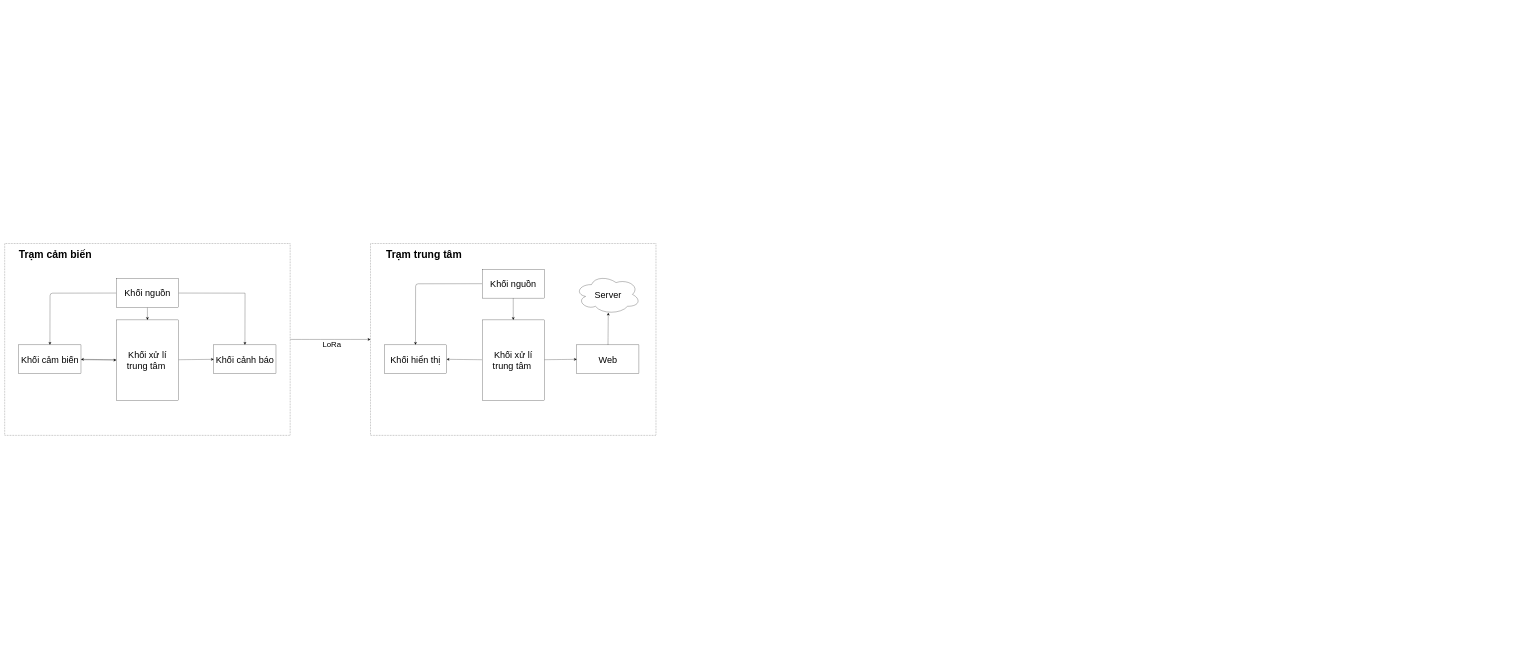
Above: docs/capstone.drawio in banhmiramram/SecureFlood-LoRa-Capstone (draw.io), before the change. Source tidied: cells renumbered, new cells numbered last; positions are measured from the earlier drawing's top-left corner, leaving out a move shared by most shapes. Both pictures are drawn from the tidied source at 26%, with x=0, y=0 at pixel (4, 243).
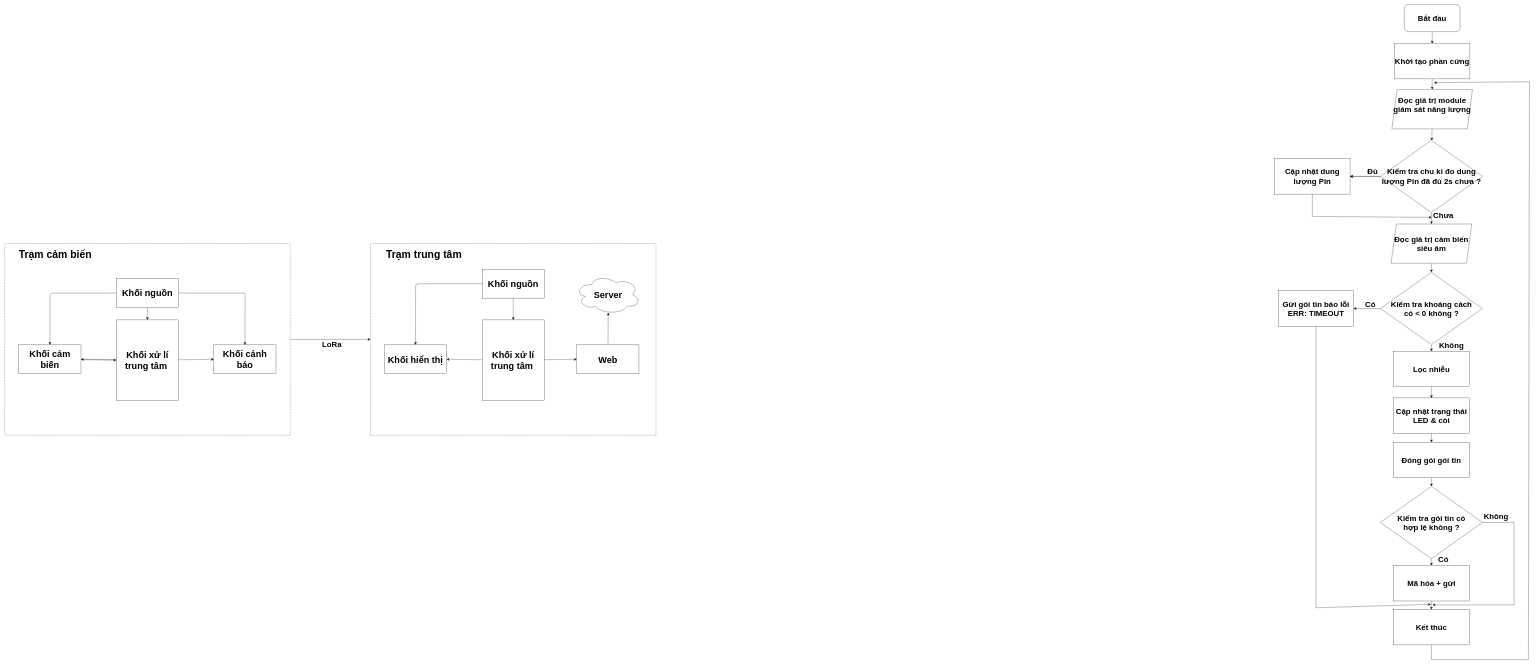
Above is the later version.

Change to the diagram source:
```diff
@@
-    <mxCell id="2" style="rounded=0;whiteSpace=wrap;html=1;dashed=1;" parent="1" vertex="1">
+    <mxCell id="2" style="rounded=0;whiteSpace=wrap;html=1;dashed=1;fontStyle=1;" parent="1" vertex="1">
       <mxGeometry x="1407.5" width="1098" height="738" as="geometry" />
     </mxCell>
-    <mxCell id="3" style="edgeStyle=none;curved=1;rounded=0;jettySize=auto;html=1;entryX=0;entryY=0.5;entryDx=0;entryDy=0;fontSize=12;startSize=8;endSize=8;" parent="1" edge="1" source="4" target="2">
+    <mxCell id="3" style="edgeStyle=none;curved=1;rounded=0;jettySize=auto;html=1;entryX=0;entryY=0.5;entryDx=0;entryDy=0;fontSize=12;startSize=8;endSize=8;fontStyle=1;" parent="1" edge="1" source="4" target="2">
       <mxGeometry relative="1" as="geometry" />
     </mxCell>
-    <mxCell id="4" style="rounded=0;whiteSpace=wrap;html=1;dashed=1;" parent="1" vertex="1">
+    <mxCell id="4" style="rounded=0;whiteSpace=wrap;html=1;dashed=1;fontStyle=1;" parent="1" vertex="1">
       <mxGeometry x="0.5" width="1098" height="738" as="geometry" />
     </mxCell>
-    <mxCell id="5" style="edgeStyle=none;curved=1;rounded=0;jettySize=auto;html=1;entryX=0;entryY=0.5;entryDx=0;entryDy=0;fontSize=12;startSize=8;endSize=8;" parent="1" edge="1" source="7" target="14">
+    <mxCell id="5" style="edgeStyle=none;curved=1;rounded=0;jettySize=auto;html=1;entryX=0;entryY=0.5;entryDx=0;entryDy=0;fontSize=12;startSize=8;endSize=8;fontStyle=1;" parent="1" edge="1" source="7" target="14">
       <mxGeometry relative="1" as="geometry" />
     </mxCell>
-    <mxCell id="6" style="edgeStyle=none;curved=1;rounded=0;jettySize=auto;html=1;entryX=1;entryY=0.5;entryDx=0;entryDy=0;fontSize=12;startSize=8;endSize=8;" parent="1" edge="1" source="7" target="13">
+    <mxCell id="6" style="edgeStyle=none;curved=1;rounded=0;jettySize=auto;html=1;entryX=1;entryY=0.5;entryDx=0;entryDy=0;fontSize=12;startSize=8;endSize=8;fontStyle=1;" parent="1" edge="1" source="7" target="13">
       <mxGeometry relative="1" as="geometry" />
     </mxCell>
-    <mxCell id="7" value="&lt;font style=&quot;font-size: 35px;&quot;&gt;Khối xử lí trung tâm&amp;nbsp;&lt;/font&gt;" style="rounded=0;whiteSpace=wrap;html=1;" parent="1" vertex="1">
+    <mxCell id="7" value="&lt;font style=&quot;font-size: 35px;&quot;&gt;Khối xử lí trung tâm&amp;nbsp;&lt;/font&gt;" style="rounded=0;whiteSpace=wrap;html=1;fontStyle=1;" parent="1" vertex="1">
       <mxGeometry x="430" y="294" width="239" height="309" as="geometry" />
     </mxCell>
-    <mxCell id="8" style="edgeStyle=none;curved=0;rounded=1;jettySize=auto;html=1;entryX=0.5;entryY=0;entryDx=0;entryDy=0;fontSize=12;startSize=8;endSize=8;" parent="1" edge="1" source="11" target="13">
+    <mxCell id="8" style="edgeStyle=none;curved=0;rounded=1;jettySize=auto;html=1;entryX=0.5;entryY=0;entryDx=0;entryDy=0;fontSize=12;startSize=8;endSize=8;fontStyle=1;" parent="1" edge="1" source="11" target="13">
       <mxGeometry relative="1" as="geometry">
         <Array as="points">
           <mxPoint x="175" y="191" />
         </Array>
       </mxGeometry>
     </mxCell>
-    <mxCell id="9" style="edgeStyle=none;curved=1;rounded=0;jettySize=auto;html=1;entryX=0.5;entryY=0;entryDx=0;entryDy=0;fontSize=12;startSize=8;endSize=8;" parent="1" edge="1" source="11" target="7">
+    <mxCell id="9" style="edgeStyle=none;curved=1;rounded=0;jettySize=auto;html=1;entryX=0.5;entryY=0;entryDx=0;entryDy=0;fontSize=12;startSize=8;endSize=8;fontStyle=1;" parent="1" edge="1" source="11" target="7">
       <mxGeometry relative="1" as="geometry" />
     </mxCell>
-    <mxCell id="10" style="edgeStyle=none;curved=0;rounded=0;jettySize=auto;html=1;entryX=0.5;entryY=0;entryDx=0;entryDy=0;fontSize=12;startSize=8;endSize=8;" parent="1" edge="1" source="11" target="14">
+    <mxCell id="10" style="edgeStyle=none;curved=0;rounded=0;jettySize=auto;html=1;entryX=0.5;entryY=0;entryDx=0;entryDy=0;fontSize=12;startSize=8;endSize=8;fontStyle=1;" parent="1" edge="1" source="11" target="14">
       <mxGeometry relative="1" as="geometry">
         <Array as="points">
           <mxPoint x="925" y="191" />
         </Array>
       </mxGeometry>
     </mxCell>
-    <mxCell id="11" value="&lt;font style=&quot;font-size: 35px;&quot;&gt;Khối nguồn&lt;/font&gt;" style="rounded=0;whiteSpace=wrap;html=1;" parent="1" vertex="1">
+    <mxCell id="11" value="&lt;font style=&quot;font-size: 35px;&quot;&gt;Khối nguồn&lt;/font&gt;" style="rounded=0;whiteSpace=wrap;html=1;fontStyle=1;" parent="1" vertex="1">
       <mxGeometry x="430" y="135" width="239" height="111" as="geometry" />
     </mxCell>
-    <mxCell id="12" style="edgeStyle=none;curved=1;rounded=0;jettySize=auto;html=1;entryX=0;entryY=0.5;entryDx=0;entryDy=0;fontSize=12;startSize=8;endSize=8;" parent="1" edge="1" source="13" target="7">
+    <mxCell id="12" style="edgeStyle=none;curved=1;rounded=0;jettySize=auto;html=1;entryX=0;entryY=0.5;entryDx=0;entryDy=0;fontSize=12;startSize=8;endSize=8;fontStyle=1;" parent="1" edge="1" source="13" target="7">
       <mxGeometry relative="1" as="geometry" />
     </mxCell>
-    <mxCell id="13" value="&lt;font style=&quot;font-size: 35px;&quot;&gt;Khối cảm biến&lt;/font&gt;" style="rounded=0;whiteSpace=wrap;html=1;" parent="1" vertex="1">
+    <mxCell id="13" value="&lt;font style=&quot;font-size: 35px;&quot;&gt;Khối cảm biến&lt;/font&gt;" style="rounded=0;whiteSpace=wrap;html=1;fontStyle=1;" parent="1" vertex="1">
       <mxGeometry x="55" y="390" width="239" height="111" as="geometry" />
     </mxCell>
-    <mxCell id="14" value="&lt;font style=&quot;font-size: 35px;&quot;&gt;Khối cảnh báo&lt;/font&gt;" style="rounded=0;whiteSpace=wrap;html=1;" parent="1" vertex="1">
+    <mxCell id="14" value="&lt;font style=&quot;font-size: 35px;&quot;&gt;Khối cảnh báo&lt;/font&gt;" style="rounded=0;whiteSpace=wrap;html=1;fontStyle=1;" parent="1" vertex="1">
       <mxGeometry x="805" y="390" width="239" height="111" as="geometry" />
     </mxCell>
-    <mxCell id="15" style="edgeStyle=none;curved=1;rounded=0;jettySize=auto;html=1;entryX=1;entryY=0.5;entryDx=0;entryDy=0;fontSize=12;startSize=8;endSize=8;" parent="1" edge="1" source="17" target="21">
+    <mxCell id="15" style="edgeStyle=none;curved=1;rounded=0;jettySize=auto;html=1;entryX=1;entryY=0.5;entryDx=0;entryDy=0;fontSize=12;startSize=8;endSize=8;fontStyle=1;" parent="1" edge="1" source="17" target="21">
       <mxGeometry relative="1" as="geometry" />
     </mxCell>
-    <mxCell id="16" style="edgeStyle=none;curved=1;rounded=0;jettySize=auto;html=1;entryX=0;entryY=0.5;entryDx=0;entryDy=0;fontSize=12;startSize=8;endSize=8;" parent="1" edge="1" source="17" target="22">
+    <mxCell id="16" style="edgeStyle=none;curved=1;rounded=0;jettySize=auto;html=1;entryX=0;entryY=0.5;entryDx=0;entryDy=0;fontSize=12;startSize=8;endSize=8;fontStyle=1;" parent="1" edge="1" source="17" target="22">
       <mxGeometry relative="1" as="geometry" />
     </mxCell>
-    <mxCell id="17" value="&lt;font style=&quot;font-size: 35px;&quot;&gt;Khối xử lí trung tâm&amp;nbsp;&lt;/font&gt;" style="rounded=0;whiteSpace=wrap;html=1;" parent="1" vertex="1">
+    <mxCell id="17" value="&lt;font style=&quot;font-size: 35px;&quot;&gt;Khối xử lí trung tâm&amp;nbsp;&lt;/font&gt;" style="rounded=0;whiteSpace=wrap;html=1;fontStyle=1;" parent="1" vertex="1">
       <mxGeometry x="1837" y="294" width="239" height="309" as="geometry" />
     </mxCell>
-    <mxCell id="18" style="edgeStyle=none;curved=1;rounded=0;jettySize=auto;html=1;entryX=0.5;entryY=0;entryDx=0;entryDy=0;fontSize=12;startSize=8;endSize=8;" parent="1" edge="1" source="20" target="17">
+    <mxCell id="18" style="edgeStyle=none;curved=1;rounded=0;jettySize=auto;html=1;entryX=0.5;entryY=0;entryDx=0;entryDy=0;fontSize=12;startSize=8;endSize=8;fontStyle=1;" parent="1" edge="1" source="20" target="17">
       <mxGeometry relative="1" as="geometry" />
     </mxCell>
-    <mxCell id="19" style="edgeStyle=none;curved=0;rounded=1;jettySize=auto;html=1;entryX=0.5;entryY=0;entryDx=0;entryDy=0;fontSize=12;startSize=8;endSize=8;" parent="1" edge="1" source="20" target="21">
+    <mxCell id="19" style="edgeStyle=none;curved=0;rounded=1;jettySize=auto;html=1;entryX=0.5;entryY=0;entryDx=0;entryDy=0;fontSize=12;startSize=8;endSize=8;fontStyle=1;" parent="1" edge="1" source="20" target="21">
       <mxGeometry relative="1" as="geometry">
         <Array as="points">
           <mxPoint x="1581" y="155" />
         </Array>
       </mxGeometry>
     </mxCell>
-    <mxCell id="20" value="&lt;font style=&quot;font-size: 35px;&quot;&gt;Khối nguồn&lt;/font&gt;" style="rounded=0;whiteSpace=wrap;html=1;" parent="1" vertex="1">
+    <mxCell id="20" value="&lt;font style=&quot;font-size: 35px;&quot;&gt;Khối nguồn&lt;/font&gt;" style="rounded=0;whiteSpace=wrap;html=1;fontStyle=1;" parent="1" vertex="1">
       <mxGeometry x="1837" y="99" width="239" height="111" as="geometry" />
     </mxCell>
-    <mxCell id="21" value="&lt;font style=&quot;font-size: 35px;&quot;&gt;Khối hiển thị&lt;/font&gt;" style="rounded=0;whiteSpace=wrap;html=1;" parent="1" vertex="1">
+    <mxCell id="21" value="&lt;font style=&quot;font-size: 35px;&quot;&gt;Khối hiển thị&lt;/font&gt;" style="rounded=0;whiteSpace=wrap;html=1;fontStyle=1;" parent="1" vertex="1">
       <mxGeometry x="1461" y="390" width="239" height="111" as="geometry" />
     </mxCell>
-    <mxCell id="22" value="&lt;span style=&quot;font-size: 35px;&quot;&gt;Web&lt;/span&gt;" style="rounded=0;whiteSpace=wrap;html=1;" parent="1" vertex="1">
+    <mxCell id="22" value="&lt;span style=&quot;font-size: 35px;&quot;&gt;Web&lt;/span&gt;" style="rounded=0;whiteSpace=wrap;html=1;fontStyle=1;" parent="1" vertex="1">
       <mxGeometry x="2201" y="390" width="239" height="111" as="geometry" />
     </mxCell>
-    <mxCell id="23" value="&lt;span style=&quot;font-size: 35px;&quot;&gt;Server&lt;/span&gt;" style="ellipse;shape=cloud;whiteSpace=wrap;html=1;" parent="1" vertex="1">
+    <mxCell id="23" value="&lt;span style=&quot;font-size: 35px;&quot;&gt;Server&lt;/span&gt;" style="ellipse;shape=cloud;whiteSpace=wrap;html=1;fontStyle=1;" parent="1" vertex="1">
       <mxGeometry x="2194.5" y="120" width="252" height="152" as="geometry" />
     </mxCell>
-    <mxCell id="24" style="edgeStyle=none;curved=1;rounded=0;jettySize=auto;html=1;entryX=0.506;entryY=0.961;entryDx=0;entryDy=0;entryPerimeter=0;fontSize=12;startSize=8;endSize=8;" parent="1" edge="1" source="22" target="23">
+    <mxCell id="24" style="edgeStyle=none;curved=1;rounded=0;jettySize=auto;html=1;entryX=0.506;entryY=0.961;entryDx=0;entryDy=0;entryPerimeter=0;fontSize=12;startSize=8;endSize=8;fontStyle=1;" parent="1" edge="1" source="22" target="23">
       <mxGeometry relative="1" as="geometry" />
     </mxCell>
@@
-    <mxCell id="27" value="LoRa" style="text;html=1;whiteSpace=wrap;strokeColor=none;fillColor=none;align=center;verticalAlign=middle;rounded=0;fontSize=30;" parent="1" vertex="1">
+    <mxCell id="27" value="LoRa" style="text;html=1;whiteSpace=wrap;strokeColor=none;fillColor=none;align=center;verticalAlign=middle;rounded=0;fontSize=30;fontStyle=1;" parent="1" vertex="1">
       <mxGeometry x="1093" y="373" width="332" height="30" as="geometry" />
     </mxCell>
+    <mxCell id="28" style="edgeStyle=none;curved=1;rounded=0;jettySize=auto;html=1;fontSize=12;startSize=8;endSize=8;fontStyle=1;" parent="1" edge="1" source="29" target="31">
+      <mxGeometry relative="1" as="geometry" />
+    </mxCell>
+    <mxCell id="29" value="&lt;font style=&quot;font-size: 30px;&quot;&gt;Bắt đầu&lt;/font&gt;" style="rounded=1;whiteSpace=wrap;html=1;fontStyle=1;" parent="1" vertex="1">
+      <mxGeometry x="5384" y="-919" width="214" height="104" as="geometry" />
+    </mxCell>
+    <mxCell id="30" style="edgeStyle=none;curved=1;rounded=0;jettySize=auto;html=1;fontSize=12;startSize=8;endSize=8;fontStyle=1;" parent="1" edge="1" source="31" target="33">
+      <mxGeometry relative="1" as="geometry" />
+    </mxCell>
+    <mxCell id="31" value="&lt;font style=&quot;font-size: 30px;&quot;&gt;Khởi tạo phần cứng&lt;/font&gt;" style="rounded=0;whiteSpace=wrap;html=1;fontStyle=1;" parent="1" vertex="1">
+      <mxGeometry x="5346" y="-769" width="290" height="136" as="geometry" />
+    </mxCell>
+    <mxCell id="32" style="edgeStyle=none;curved=1;rounded=0;jettySize=auto;html=1;fontSize=12;startSize=8;endSize=8;fontStyle=1;" parent="1" edge="1" source="33" target="37">
+      <mxGeometry relative="1" as="geometry" />
+    </mxCell>
+    <mxCell id="33" value="&lt;font style=&quot;font-size: 30px;&quot;&gt;Đọc giá trị module giám sát năng lượng&lt;/font&gt;&lt;div&gt;&lt;font style=&quot;font-size: 30px;&quot;&gt;&lt;br&gt;&lt;/font&gt;&lt;/div&gt;" style="shape=parallelogram;perimeter=parallelogramPerimeter;whiteSpace=wrap;html=1;fixedSize=1;fontStyle=1;" parent="1" vertex="1">
+      <mxGeometry x="5336" y="-592" width="310" height="151" as="geometry" />
+    </mxCell>
+    <mxCell id="34" style="edgeStyle=none;curved=1;rounded=0;jettySize=auto;html=1;fontSize=12;startSize=8;endSize=8;fontStyle=1;" parent="1" edge="1" source="37" target="39">
+      <mxGeometry relative="1" as="geometry" />
+    </mxCell>
+    <mxCell id="35" style="edgeStyle=none;curved=1;rounded=0;jettySize=auto;html=1;fontSize=12;startSize=8;endSize=8;fontStyle=1;" parent="1" edge="1" source="37" target="57">
+      <mxGeometry relative="1" as="geometry" />
+    </mxCell>
+    <mxCell id="36" style="edgeStyle=none;curved=1;rounded=0;jettySize=auto;html=1;fontSize=12;startSize=8;endSize=8;fontStyle=1;" parent="1" edge="1" source="37" target="57">
+      <mxGeometry relative="1" as="geometry" />
+    </mxCell>
+    <mxCell id="37" value="&lt;font style=&quot;font-size: 30px;&quot;&gt;Kiểm tra chu kì đo dung lượng Pin đã đủ 2s chưa ?&lt;/font&gt;" style="rhombus;whiteSpace=wrap;html=1;fontStyle=1;" parent="1" vertex="1">
+      <mxGeometry x="5292" y="-397" width="392" height="278" as="geometry" />
+    </mxCell>
+    <mxCell id="38" style="edgeStyle=none;curved=1;rounded=0;jettySize=auto;html=1;fontSize=12;startSize=8;endSize=8;fontStyle=1;" parent="1" edge="1" source="39" target="42">
+      <mxGeometry relative="1" as="geometry" />
+    </mxCell>
+    <mxCell id="39" value="&lt;span style=&quot;font-size: 30px;&quot;&gt;Đọc giá trị cảm biến siêu âm&lt;/span&gt;" style="shape=parallelogram;perimeter=parallelogramPerimeter;whiteSpace=wrap;html=1;fixedSize=1;fontStyle=1;" parent="1" vertex="1">
+      <mxGeometry x="5333" y="-75" width="310" height="151" as="geometry" />
+    </mxCell>
+    <mxCell id="40" style="edgeStyle=none;curved=1;rounded=0;jettySize=auto;html=1;fontSize=12;startSize=8;endSize=8;fontStyle=1;" parent="1" edge="1" source="42" target="44">
+      <mxGeometry relative="1" as="geometry" />
+    </mxCell>
+    <mxCell id="41" style="edgeStyle=none;curved=1;rounded=0;jettySize=auto;html=1;fontSize=12;startSize=8;endSize=8;fontStyle=1;" parent="1" edge="1" source="42" target="61">
+      <mxGeometry relative="1" as="geometry" />
+    </mxCell>
+    <mxCell id="42" value="&lt;font style=&quot;font-size: 30px;&quot;&gt;Kiểm tra khoảng cách&lt;br&gt;có &amp;lt; 0 không ?&lt;/font&gt;" style="rhombus;whiteSpace=wrap;html=1;fontStyle=1;" parent="1" vertex="1">
+      <mxGeometry x="5292" y="111" width="392" height="278" as="geometry" />
+    </mxCell>
+    <mxCell id="43" style="edgeStyle=none;curved=1;rounded=0;jettySize=auto;html=1;fontSize=12;startSize=8;endSize=8;fontStyle=1;" parent="1" edge="1" source="44" target="46">
+      <mxGeometry relative="1" as="geometry" />
+    </mxCell>
+    <mxCell id="44" value="&lt;font style=&quot;font-size: 30px;&quot;&gt;Lọc nhiễu&lt;/font&gt;" style="rounded=0;whiteSpace=wrap;html=1;fontStyle=1;" parent="1" vertex="1">
+      <mxGeometry x="5343" y="415" width="290" height="136" as="geometry" />
+    </mxCell>
+    <mxCell id="45" style="edgeStyle=none;curved=1;rounded=0;jettySize=auto;html=1;fontSize=12;startSize=8;endSize=8;fontStyle=1;" parent="1" edge="1" source="46" target="48">
+      <mxGeometry relative="1" as="geometry" />
+    </mxCell>
+    <mxCell id="46" value="&lt;font style=&quot;font-size: 30px;&quot;&gt;Cập nhật trạng thái&lt;br&gt;LED &amp;amp; còi&lt;/font&gt;" style="rounded=0;whiteSpace=wrap;html=1;fontStyle=1;" parent="1" vertex="1">
+      <mxGeometry x="5343" y="594" width="290" height="136" as="geometry" />
+    </mxCell>
+    <mxCell id="47" style="edgeStyle=none;curved=1;rounded=0;jettySize=auto;html=1;fontSize=12;startSize=8;endSize=8;fontStyle=1;" parent="1" edge="1" source="48" target="51">
+      <mxGeometry relative="1" as="geometry" />
+    </mxCell>
+    <mxCell id="48" value="&lt;span style=&quot;font-size: 30px;&quot;&gt;Đóng gói gói tin&lt;/span&gt;" style="rounded=0;whiteSpace=wrap;html=1;fontStyle=1;" parent="1" vertex="1">
+      <mxGeometry x="5343" y="765" width="290" height="136" as="geometry" />
+    </mxCell>
+    <mxCell id="49" style="edgeStyle=none;curved=1;rounded=0;jettySize=auto;html=1;fontSize=12;startSize=8;endSize=8;fontStyle=1;" parent="1" edge="1" source="51" target="53">
+      <mxGeometry relative="1" as="geometry" />
+    </mxCell>
+    <mxCell id="50" style="edgeStyle=none;curved=0;rounded=0;jettySize=auto;html=1;fontSize=12;startSize=8;endSize=8;fontStyle=1;" parent="1" edge="1" source="51">
+      <mxGeometry relative="1" as="geometry">
+        <mxPoint x="5492" y="1390" as="targetPoint" />
+        <Array as="points">
+          <mxPoint x="5806" y="1073" />
+          <mxPoint x="5806" y="1390" />
+        </Array>
+      </mxGeometry>
+    </mxCell>
+    <mxCell id="51" value="&lt;span style=&quot;font-size: 30px;&quot;&gt;Kiểm tra gói tin có&lt;/span&gt;&lt;div&gt;&lt;span style=&quot;font-size: 30px;&quot;&gt;hợp lệ không ?&lt;/span&gt;&lt;/div&gt;" style="rhombus;whiteSpace=wrap;html=1;fontStyle=1;" parent="1" vertex="1">
+      <mxGeometry x="5292" y="934" width="392" height="278" as="geometry" />
+    </mxCell>
+    <mxCell id="52" style="edgeStyle=none;curved=1;rounded=0;jettySize=auto;html=1;fontSize=12;startSize=8;endSize=8;fontStyle=1;" parent="1" edge="1" source="53" target="55">
+      <mxGeometry relative="1" as="geometry" />
+    </mxCell>
+    <mxCell id="53" value="&lt;span style=&quot;font-size: 30px;&quot;&gt;Mã hóa + gửi&lt;/span&gt;" style="rounded=0;whiteSpace=wrap;html=1;fontStyle=1;" parent="1" vertex="1">
+      <mxGeometry x="5343" y="1239" width="290" height="136" as="geometry" />
+    </mxCell>
+    <mxCell id="54" style="edgeStyle=none;curved=0;rounded=0;jettySize=auto;html=1;fontSize=12;startSize=8;endSize=8;fontStyle=1;" parent="1" edge="1" source="55">
+      <mxGeometry relative="1" as="geometry">
+        <mxPoint x="5498" y="-618.7" as="targetPoint" />
+        <Array as="points">
+          <mxPoint x="5488" y="1601" />
+          <mxPoint x="5861" y="1601" />
+          <mxPoint x="5865" y="-622" />
+        </Array>
+      </mxGeometry>
+    </mxCell>
+    <mxCell id="55" value="&lt;span style=&quot;font-size: 30px;&quot;&gt;Kết thúc&lt;/span&gt;" style="rounded=0;whiteSpace=wrap;html=1;fontStyle=1;" parent="1" vertex="1">
+      <mxGeometry x="5343" y="1408" width="290" height="136" as="geometry" />
+    </mxCell>
+    <mxCell id="56" style="edgeStyle=none;curved=0;rounded=0;jettySize=auto;html=1;fontSize=12;startSize=8;endSize=8;fontStyle=1;" parent="1" edge="1" source="57">
+      <mxGeometry relative="1" as="geometry">
+        <mxPoint x="5488.9" y="-100.5" as="targetPoint" />
+        <Array as="points">
+          <mxPoint x="5030" y="-104" />
+        </Array>
+      </mxGeometry>
+    </mxCell>
+    <mxCell id="57" value="&lt;font style=&quot;font-size: 30px;&quot;&gt;Cập nhật dung&lt;/font&gt;&lt;div&gt;&lt;font style=&quot;font-size: 30px;&quot;&gt;lượng Pin&lt;/font&gt;&lt;/div&gt;" style="rounded=0;whiteSpace=wrap;html=1;fontStyle=1;" parent="1" vertex="1">
+      <mxGeometry x="4885" y="-326" width="290" height="136" as="geometry" />
+    </mxCell>
+    <mxCell id="58" value="Đủ" style="text;html=1;whiteSpace=wrap;strokeColor=none;fillColor=none;align=center;verticalAlign=middle;rounded=0;fontSize=30;fontStyle=1;" parent="1" vertex="1">
+      <mxGeometry x="5232" y="-292" width="60" height="30" as="geometry" />
+    </mxCell>
+    <mxCell id="59" value="&lt;font style=&quot;font-size: 30px;&quot;&gt;Chưa&lt;/font&gt;" style="text;html=1;whiteSpace=wrap;strokeColor=none;fillColor=none;align=center;verticalAlign=middle;rounded=0;fontSize=16;fontStyle=1;" parent="1" vertex="1">
+      <mxGeometry x="5504" y="-123" width="60" height="30" as="geometry" />
+    </mxCell>
+    <mxCell id="60" style="edgeStyle=none;curved=0;rounded=0;jettySize=auto;html=1;fontSize=12;startSize=8;endSize=8;fontStyle=1;" parent="1" edge="1" source="61">
+      <mxGeometry relative="1" as="geometry">
+        <mxPoint x="5486" y="1388" as="targetPoint" />
+        <Array as="points">
+          <mxPoint x="5044" y="1401" />
+        </Array>
+      </mxGeometry>
+    </mxCell>
+    <mxCell id="61" value="&lt;span style=&quot;font-size: 30px;&quot;&gt;Gửi gói tin báo lỗi&lt;/span&gt;&lt;div&gt;&lt;span style=&quot;font-size: 30px;&quot;&gt;ERR: TIMEOUT&lt;/span&gt;&lt;/div&gt;" style="rounded=0;whiteSpace=wrap;html=1;fontStyle=1;" parent="1" vertex="1">
+      <mxGeometry x="4899" y="182" width="290" height="136" as="geometry" />
+    </mxCell>
+    <mxCell id="62" value="Có" style="text;html=1;whiteSpace=wrap;strokeColor=none;fillColor=none;align=center;verticalAlign=middle;rounded=0;fontSize=30;fontStyle=1;" parent="1" vertex="1">
+      <mxGeometry x="5223" y="219" width="60" height="30" as="geometry" />
+    </mxCell>
+    <mxCell id="63" value="&lt;span style=&quot;font-size: 30px;&quot;&gt;Không&lt;/span&gt;" style="text;html=1;whiteSpace=wrap;strokeColor=none;fillColor=none;align=center;verticalAlign=middle;rounded=0;fontSize=16;fontStyle=1;" parent="1" vertex="1">
+      <mxGeometry x="5535" y="375" width="60" height="30" as="geometry" />
+    </mxCell>
+    <mxCell id="64" value="Có" style="text;html=1;whiteSpace=wrap;strokeColor=none;fillColor=none;align=center;verticalAlign=middle;rounded=0;fontSize=30;fontStyle=1;" parent="1" vertex="1">
+      <mxGeometry x="5504" y="1201" width="60" height="30" as="geometry" />
+    </mxCell>
+    <mxCell id="65" value="&lt;span style=&quot;font-size: 30px;&quot;&gt;Không&lt;/span&gt;" style="text;html=1;whiteSpace=wrap;strokeColor=none;fillColor=none;align=center;verticalAlign=middle;rounded=0;fontSize=16;fontStyle=1;" parent="1" vertex="1">
+      <mxGeometry x="5707" y="1036" width="60" height="30" as="geometry" />
+    </mxCell>
```
